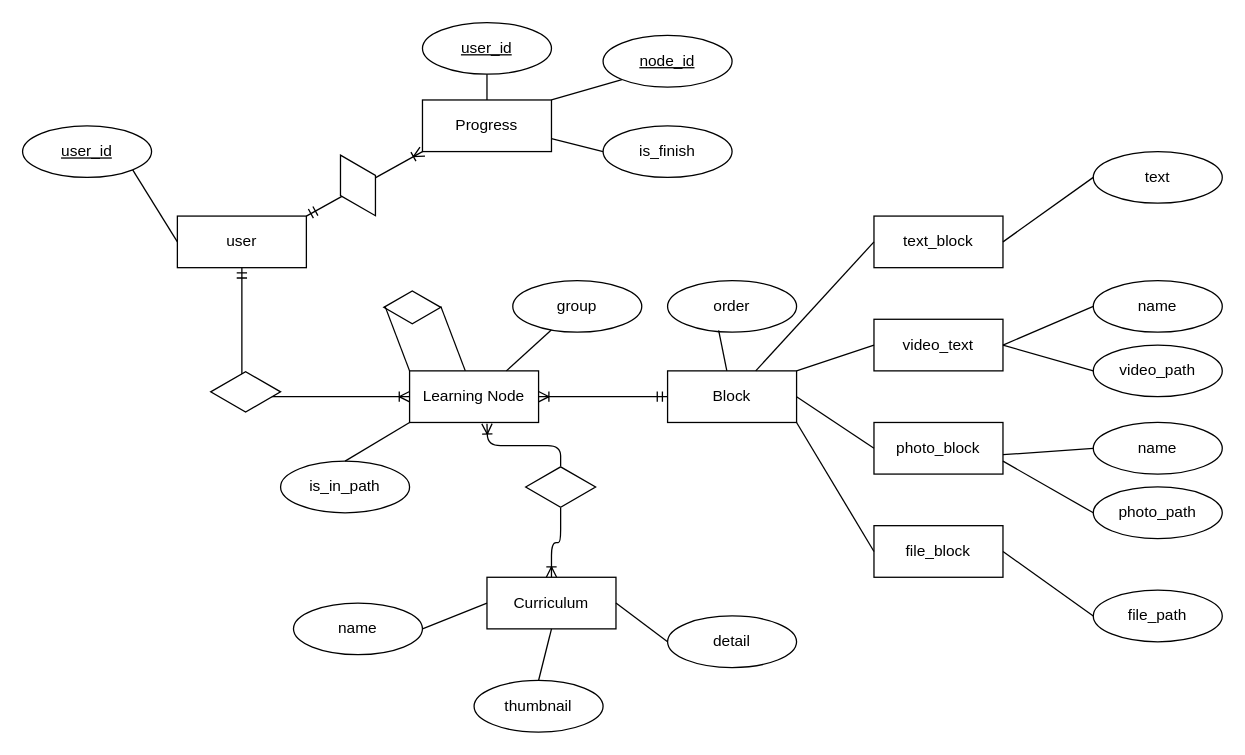
The draw.io diagram Untitled Diagram.drawio in TendonT52/ProjectProgMath, before the edit. Source tidied: cells renumbered, new cells numbered last; positions are measured from the earlier drawing's top-left corner, leaving out a move shared by most shapes. Both pictures are drawn from the tidied source at 129%, with x=0, y=0 at pixel (22, 22).
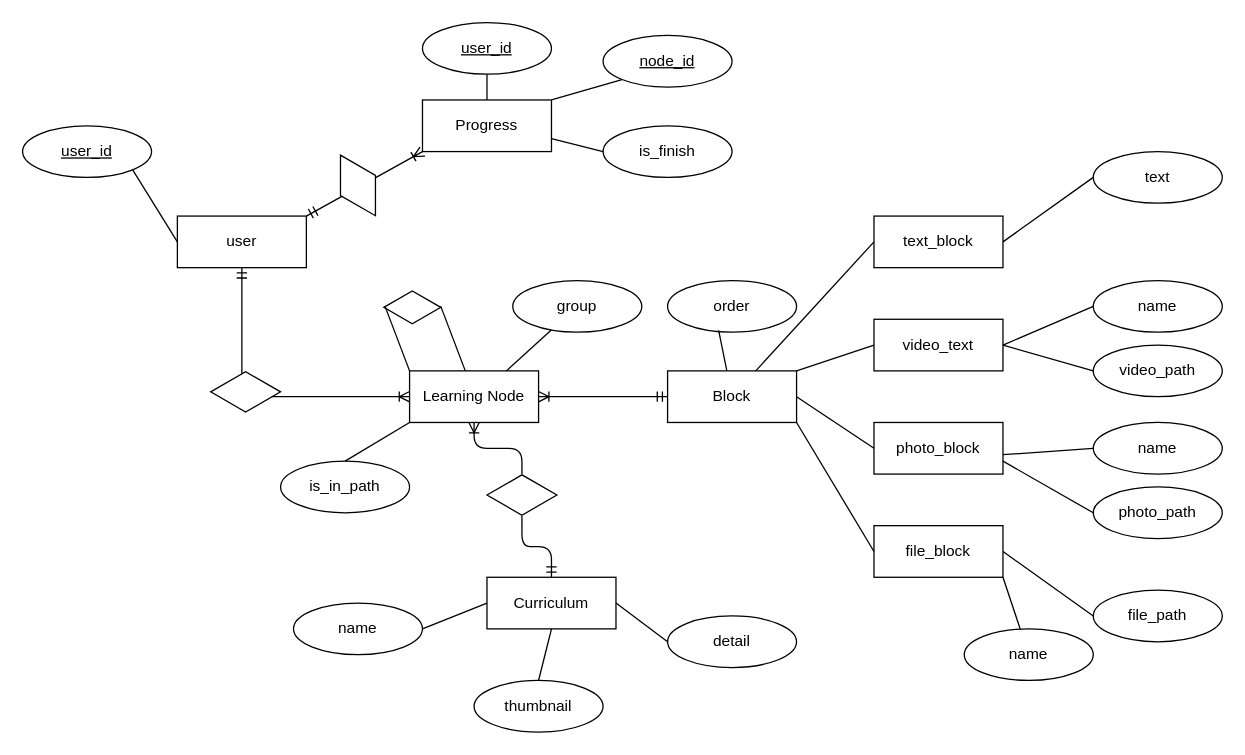
The same diagram, later.

The change refers to these unchanged cells:
```xml
<mxCell id="3" value="Learning Node" style="whiteSpace=wrap;html=1;align=center;" parent="1" vertex="1">
  <mxGeometry x="300" y="270" width="100" height="40" as="geometry" />
</mxCell>
<mxCell id="6" value="Curriculum" style="whiteSpace=wrap;html=1;align=center;" parent="1" vertex="1">
  <mxGeometry x="360" y="430" width="100" height="40" as="geometry" />
</mxCell>
<mxCell id="10" value="file_block" style="whiteSpace=wrap;html=1;align=center;" parent="1" vertex="1">
  <mxGeometry x="660" y="390" width="100" height="40" as="geometry" />
</mxCell>
```

Diff of the diagram source:
```diff
@@
-    <mxCell id="48" style="fontSize=12;html=1;endArrow=ERoneToMany;startArrow=none;exitX=0.5;exitY=0;exitDx=0;exitDy=0;edgeStyle=orthogonalEdgeStyle;" parent="1" edge="1" source="51">
-      <mxGeometry relative="1" as="geometry">
-        <mxPoint x="360" y="311" as="targetPoint" />
-      </mxGeometry>
-    </mxCell>
@@
-    <mxCell id="51" style="html=1;whiteSpace=wrap;shape=isoRectangle;" parent="1" vertex="1">
-      <mxGeometry x="390" y="343.8" width="54.2" height="32.5" as="geometry" />
-    </mxCell>
-    <mxCell id="52" style="fontSize=12;html=1;endArrow=none;startArrow=ERoneToMany;exitX=0.5;exitY=0;exitDx=0;exitDy=0;edgeStyle=orthogonalEdgeStyle;" parent="1" edge="1" source="6" target="51">
-      <mxGeometry relative="1" as="geometry" />
-    </mxCell>
@@
+    <mxCell id="58" value="name" style="ellipse;whiteSpace=wrap;html=1;align=center;" parent="1" vertex="1">
+      <mxGeometry x="730" y="470" width="100" height="40" as="geometry" />
+    </mxCell>
+    <mxCell id="59" style="endArrow=none;html=1;rounded=0;exitX=1;exitY=1;exitDx=0;exitDy=0;" parent="1" edge="1" source="10" target="58">
+      <mxGeometry relative="1" as="geometry" />
+    </mxCell>
+    <mxCell id="60" style="edgeStyle=orthogonalEdgeStyle;fontSize=12;html=1;endArrow=ERoneToMany;startArrow=none;exitX=0.5;exitY=0;exitDx=0;exitDy=0;entryX=0.5;entryY=1;entryDx=0;entryDy=0;" parent="1" edge="1" source="51" target="3">
+      <mxGeometry relative="1" as="geometry" />
+    </mxCell>
+    <mxCell id="51" style="html=1;whiteSpace=wrap;shape=isoRectangle;" parent="1" vertex="1">
+      <mxGeometry x="360" y="350" width="54.2" height="32.5" as="geometry" />
+    </mxCell>
+    <mxCell id="52" style="edgeStyle=orthogonalEdgeStyle;fontSize=12;html=1;endArrow=none;startArrow=ERmandOne;exitX=0.5;exitY=0;exitDx=0;exitDy=0;entryX=0.5;entryY=1;entryDx=0;entryDy=0;" parent="1" edge="1" source="6" target="51">
+      <mxGeometry relative="1" as="geometry" />
+    </mxCell>
```
